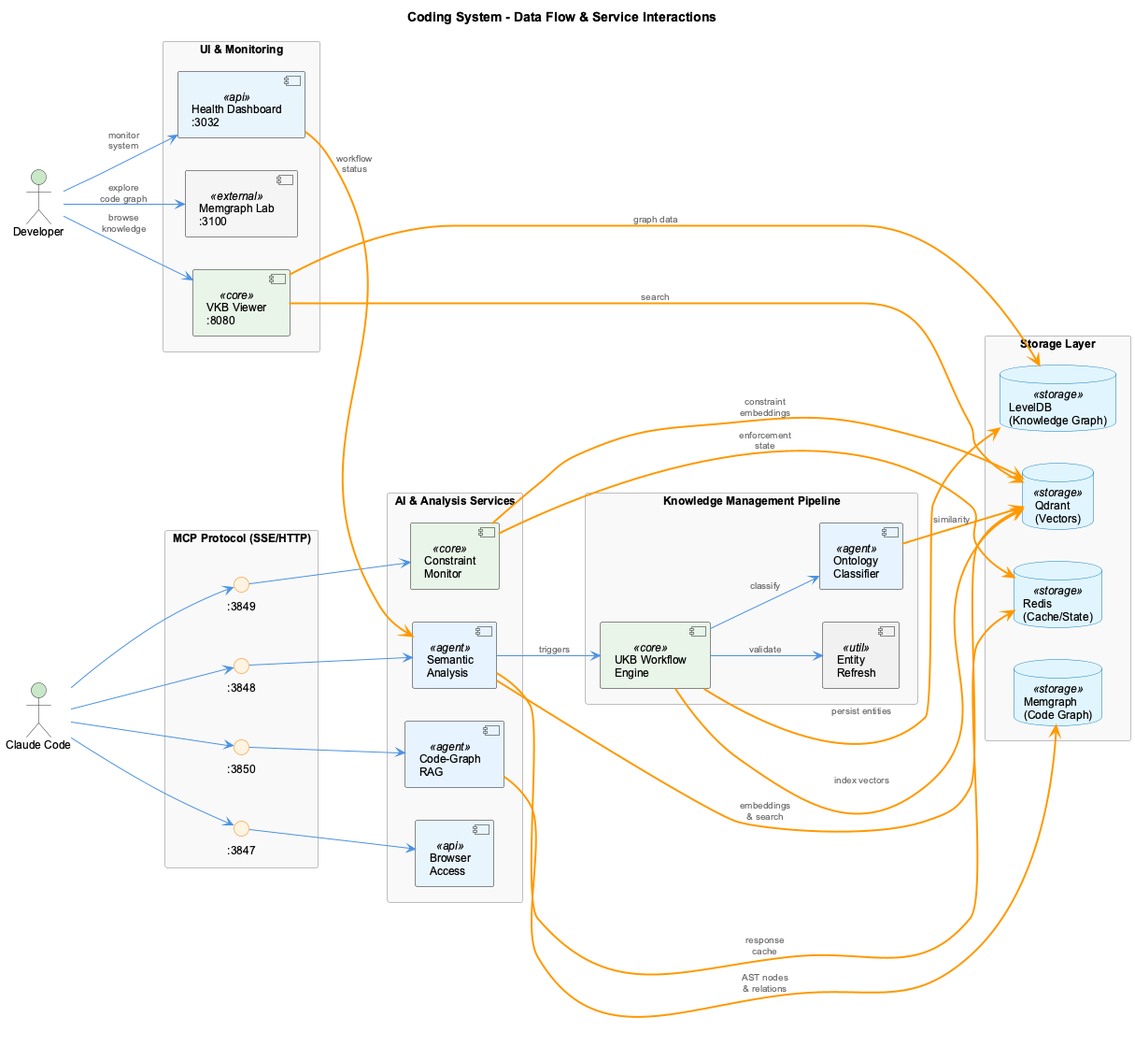
Earlier version of the PlantUML export docs/images/coding-data-flow.png (fwornle/coding).
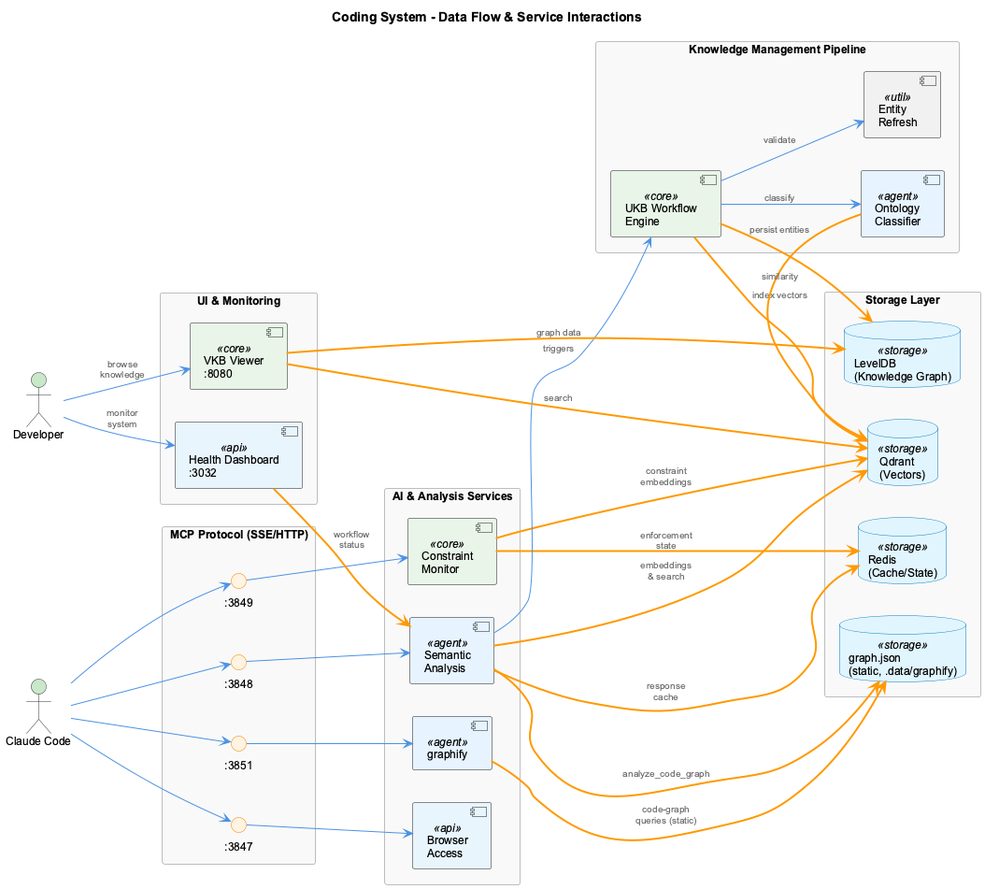
After the commit.

Diff of the diagram source:
```diff
@@ -12,12 +12,12 @@
   interface ":3848" as p3848
   interface ":3847" as p3847
   interface ":3849" as p3849
-  interface ":3850" as p3850
+  interface ":3851" as p3851
 }
 
 rectangle "AI & Analysis Services" as ai_services {
   component "Semantic\nAnalysis" <<agent>> as sem
-  component "Code-Graph\nRAG" <<agent>> as cgr
+  component "graphify" <<agent>> as graphify
   component "Constraint\nMonitor" <<core>> as cm
   component "Browser\nAccess" <<api>> as ba
 }
@@ -31,29 +31,29 @@
 rectangle "Storage Layer" as storage {
   database "Qdrant\n(Vectors)" <<storage>> as qdrant
   database "Redis\n(Cache/State)" <<storage>> as redis
-  database "Memgraph\n(Code Graph)" <<storage>> as memgraph
+  database "graph.json\n(static, .data/graphify)" <<storage>> as graphjson
   database "LevelDB\n(Knowledge Graph)" <<storage>> as leveldb
 }
 
 rectangle "UI & Monitoring" as ui_layer {
   component "VKB Viewer\n:8080" <<core>> as vkb
   component "Health Dashboard\n:3032" <<api>> as health
-  component "Memgraph Lab\n:3100" <<external>> as mglab
 }
 
 claude --> p3848
 claude --> p3847
 claude --> p3849
-claude --> p3850
+claude --> p3851
 
 p3848 --> sem
 p3847 --> ba
 p3849 --> cm
-p3850 --> cgr
+p3851 --> graphify
 
 sem DATA_LINE qdrant : "embeddings\n& search"
 sem DATA_LINE redis : "response\ncache"
-cgr DATA_LINE memgraph : "AST nodes\n& relations"
+graphify DATA_LINE graphjson : "code-graph\nqueries (static)"
+sem DATA_LINE graphjson : "analyze_code_graph"
 cm DATA_LINE qdrant : "constraint\nembeddings"
 cm DATA_LINE redis : "enforcement\nstate"
 
@@ -66,7 +66,6 @@
 
 dev --> vkb : "browse\nknowledge"
 dev --> health : "monitor\nsystem"
-dev --> mglab : "explore\ncode graph"
 
 vkb DATA_LINE leveldb : "graph data"
 vkb DATA_LINE qdrant : "search"
```
